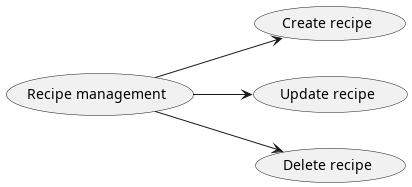
Earlier version of the PlantUML export doc/reports/usecaseAnalysis/img/recipeManagement.png (iusildra/WineCellar). Source of this version:
```plantuml
@startuml recipeManagement
left to right direction
(Recipe management) as management
(Create recipe) as createR
(Update recipe) as updateR
(Delete recipe) as deleteR

management --> createR
management --> updateR
management --> deleteR
@enduml
```
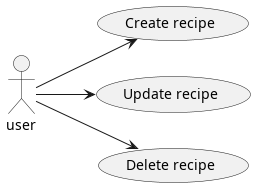
Later version of the same file.

Diff of the diagram source:
```diff
@@ -1,11 +1,10 @@
 @startuml recipeManagement
 left to right direction
-(Recipe management) as management
 (Create recipe) as createR
 (Update recipe) as updateR
 (Delete recipe) as deleteR
 
-management --> createR
-management --> updateR
-management --> deleteR
+user --> createR
+user --> updateR
+user --> deleteR
 @enduml
```
